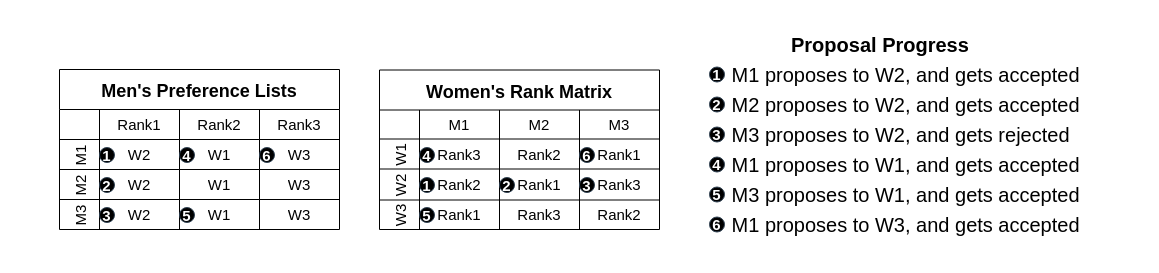
victorliu-sq/BambooSMP-Figures keeps this draw.io diagram as GSExecution.drawio. Above is the earlier version. Source tidied: cells renumbered, new cells numbered last; positions are measured from the earlier drawing's top-left corner, leaving out a move shared by most shapes. Both pictures are drawn from the tidied source at 100%, with x=0, y=0 at pixel (59, 29).
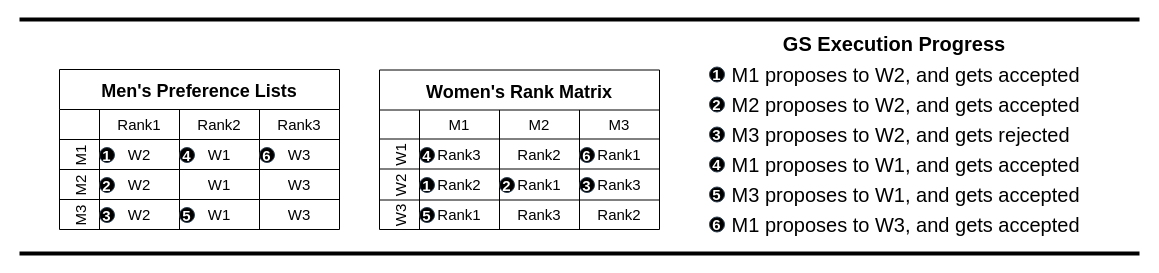
The same diagram, later.

Diff of the diagram source:
```diff
@@
-    <mxCell id="48" value="&lt;h1 style=&quot;font-size: 20px;&quot;&gt;&lt;span style=&quot;font-size: 20px;&quot;&gt;Proposal Progress&lt;/span&gt;&lt;/h1&gt;" style="text;strokeColor=none;align=left;fillColor=none;html=1;verticalAlign=middle;whiteSpace=wrap;rounded=0;fontFamily=Helvetica;fontSize=20;fontColor=default;fontStyle=1;" parent="1" vertex="1">
-      <mxGeometry x="730" width="275" height="30" as="geometry" />
+    <mxCell id="48" value="&lt;h1 style=&quot;font-size: 20px;&quot;&gt;&lt;span style=&quot;font-size: 20px;&quot;&gt;GS Execution Progress&lt;/span&gt;&lt;/h1&gt;" style="text;strokeColor=none;align=center;fillColor=none;html=1;verticalAlign=middle;whiteSpace=wrap;rounded=0;fontFamily=Helvetica;fontSize=20;fontColor=default;fontStyle=1;" parent="1" vertex="1">
+      <mxGeometry x="720" y="-1" width="230" height="30" as="geometry" />
     </mxCell>
@@
+    <mxCell id="61" style="endArrow=none;html=1;rounded=0;strokeWidth=4;" parent="1" edge="1">
+      <mxGeometry relative="1" as="geometry">
+        <mxPoint x="-40" y="-10" as="sourcePoint" />
+        <mxPoint x="1080" y="-10" as="targetPoint" />
+      </mxGeometry>
+    </mxCell>
+    <mxCell id="62" style="endArrow=none;html=1;rounded=0;strokeWidth=4;" parent="1" edge="1">
+      <mxGeometry relative="1" as="geometry">
+        <mxPoint x="-40" y="224" as="sourcePoint" />
+        <mxPoint x="1080" y="224" as="targetPoint" />
+      </mxGeometry>
+    </mxCell>
```
